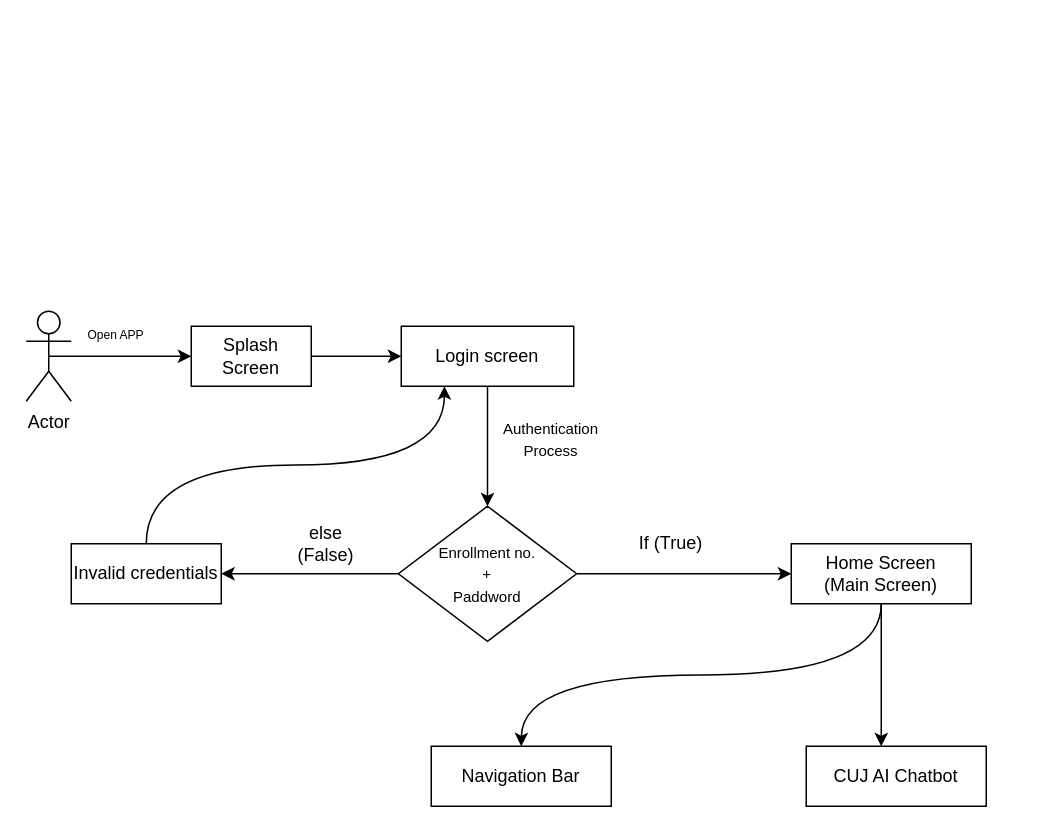
This is CUJ_Workflow.drawio from kush7511/cujammu-diagram_chart, a draw.io file, before an edit. Source tidied: cells renumbered, new cells numbered last; positions are measured from the earlier drawing's top-left corner, leaving out a move shared by most shapes. Both pictures are drawn from the tidied source at 150%, with x=0, y=0 at pixel (26, 310).
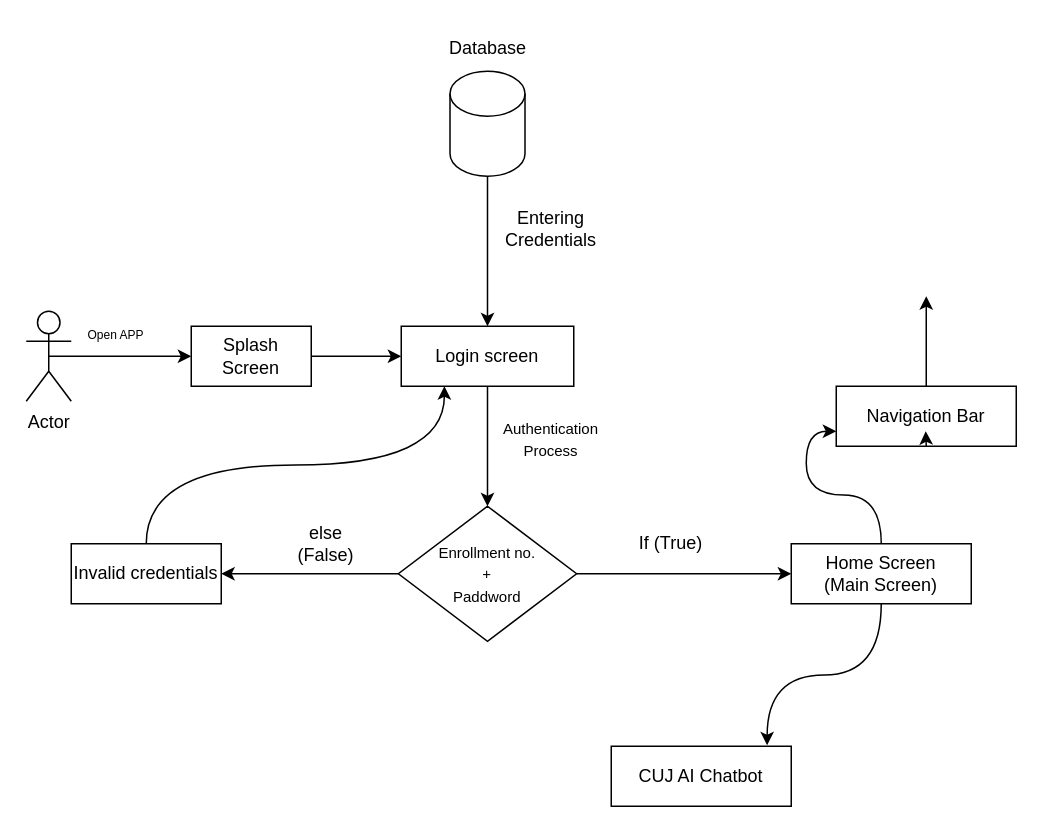
Above is the later version.

The change refers to these unchanged cells:
```xml
<mxCell id="5" value="Login screen" style="rounded=0;whiteSpace=wrap;html=1;" parent="1" vertex="1">
  <mxGeometry x="250" y="10" width="115" height="40" as="geometry" />
</mxCell>
<mxCell id="17" value="Home Screen&lt;br&gt;(Main Screen)" style="rounded=0;whiteSpace=wrap;html=1;" parent="1" vertex="1">
  <mxGeometry x="510" y="155" width="120" height="40" as="geometry" />
</mxCell>
```

Change to the diagram source:
```diff
@@
-    <mxCell id="15" style="edgeStyle=orthogonalEdgeStyle;curved=1;rounded=0;jettySize=auto;html=1;exitX=0.5;exitY=1;exitDx=0;exitDy=0;" parent="1" edge="1" source="17">
-      <mxGeometry relative="1" as="geometry">
-        <mxPoint x="330" y="290" as="targetPoint" />
-      </mxGeometry>
-    </mxCell>
-    <mxCell id="16" style="edgeStyle=orthogonalEdgeStyle;curved=1;rounded=0;jettySize=auto;html=1;exitX=0.5;exitY=1;exitDx=0;exitDy=0;" parent="1" edge="1" source="17">
-      <mxGeometry relative="1" as="geometry">
-        <mxPoint x="570" y="290" as="targetPoint" />
-      </mxGeometry>
-    </mxCell>
+    <mxCell id="22" style="edgeStyle=orthogonalEdgeStyle;curved=1;rounded=0;jettySize=auto;html=1;entryX=0;entryY=0.75;entryDx=0;entryDy=0;" parent="1" edge="1" source="17" target="20">
+      <mxGeometry relative="1" as="geometry" />
+    </mxCell>
@@
+    <mxCell id="23" style="edgeStyle=orthogonalEdgeStyle;curved=1;rounded=0;jettySize=auto;html=1;" parent="1" edge="1" source="20">
+      <mxGeometry relative="1" as="geometry">
+        <mxPoint x="600" y="-10" as="targetPoint" />
+      </mxGeometry>
+    </mxCell>
     <mxCell id="20" value="Navigation Bar" style="rounded=0;whiteSpace=wrap;html=1;" parent="1" vertex="1">
-      <mxGeometry x="270" y="290" width="120" height="40" as="geometry" />
+      <mxGeometry x="540" y="50" width="120" height="40" as="geometry" />
     </mxCell>
     <mxCell id="21" value="CUJ AI Chatbot" style="rounded=0;whiteSpace=wrap;html=1;" parent="1" vertex="1">
-      <mxGeometry x="520" y="290" width="120" height="40" as="geometry" />
+      <mxGeometry x="390" y="290" width="120" height="40" as="geometry" />
     </mxCell>
+    <mxCell id="24" style="edgeStyle=orthogonalEdgeStyle;curved=1;rounded=0;orthogonalLoop=1;jettySize=auto;html=1;exitX=0.5;exitY=1;exitDx=0;exitDy=0;entryX=0.497;entryY=0.75;entryDx=0;entryDy=0;entryPerimeter=0;" parent="1" edge="1" source="20" target="20">
+      <mxGeometry relative="1" as="geometry" />
+    </mxCell>
+    <mxCell id="25" style="edgeStyle=orthogonalEdgeStyle;curved=1;rounded=0;jettySize=auto;html=1;entryX=0.866;entryY=-0.015;entryDx=0;entryDy=0;entryPerimeter=0;" parent="1" edge="1" source="17" target="21">
+      <mxGeometry relative="1" as="geometry" />
+    </mxCell>
+    <mxCell id="26" style="edgeStyle=orthogonalEdgeStyle;curved=1;rounded=0;jettySize=auto;html=1;entryX=0.5;entryY=0;entryDx=0;entryDy=0;" parent="1" edge="1" source="27" target="5">
+      <mxGeometry relative="1" as="geometry" />
+    </mxCell>
+    <mxCell id="27" style="shape=cylinder3;whiteSpace=wrap;html=1;boundedLbl=1;backgroundOutline=1;size=15;" parent="1" vertex="1">
+      <mxGeometry x="282.5" y="-160" width="50" height="70" as="geometry" />
+    </mxCell>
+    <mxCell id="28" value="Database" style="text;html=1;whiteSpace=wrap;strokeColor=none;fillColor=none;align=center;verticalAlign=middle;rounded=0;" parent="1" vertex="1">
+      <mxGeometry x="277.5" y="-190" width="60" height="30" as="geometry" />
+    </mxCell>
+    <mxCell id="29" value="Entering &lt;br&gt;Credentials" style="text;html=1;whiteSpace=wrap;strokeColor=none;fillColor=none;align=center;verticalAlign=middle;rounded=0;" parent="1" vertex="1">
+      <mxGeometry x="320" y="-70" width="60" height="30" as="geometry" />
+    </mxCell>
```
